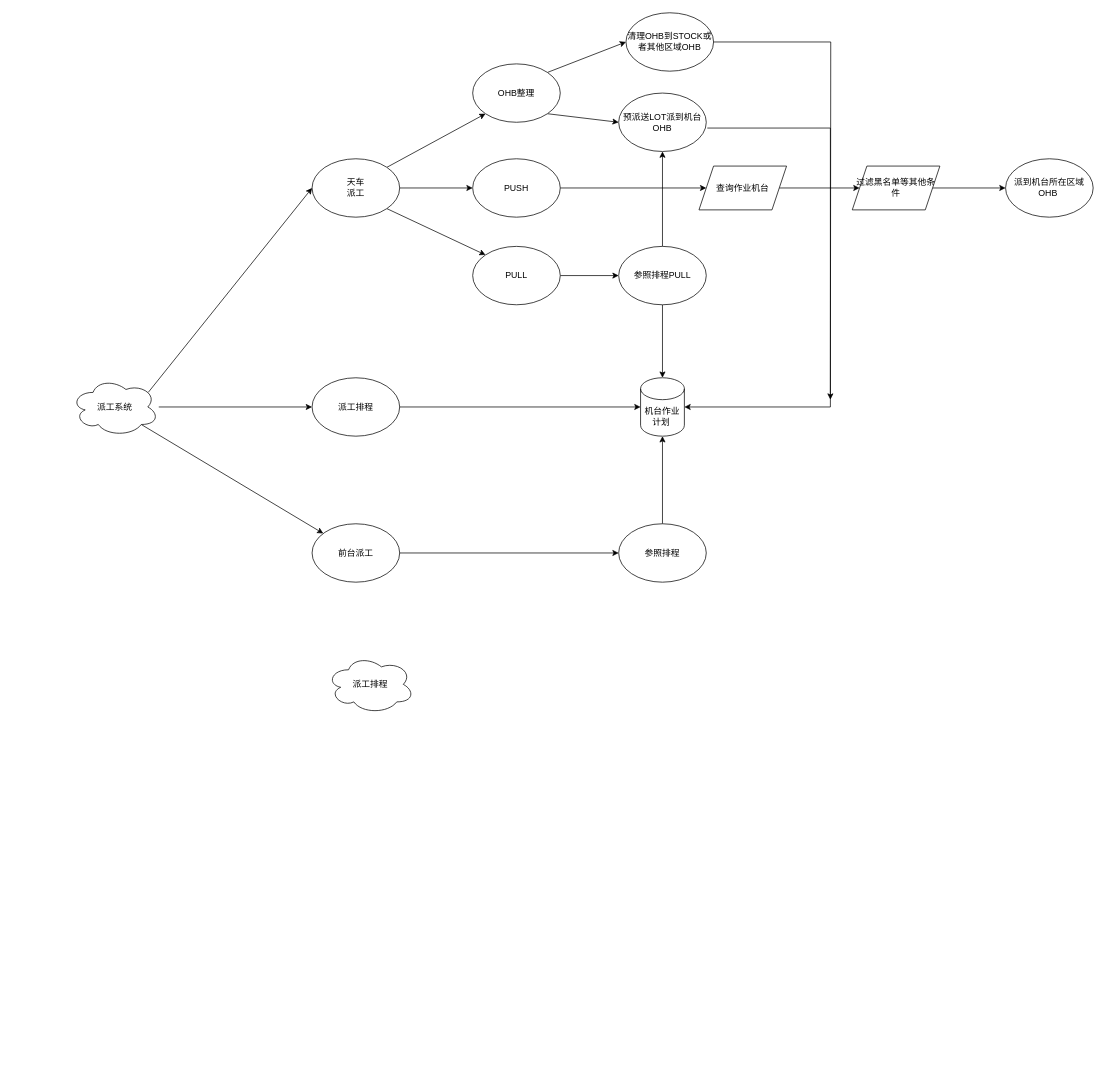
Above: 派工.drawio in qingchunji/drawio (draw.io), before the change. Source tidied: cells renumbered, new cells numbered last; positions are measured from the earlier drawing's top-left corner, leaving out a move shared by most shapes. Both pictures are drawn from the tidied source at 73%, with x=0, y=0 at pixel (71, 12).
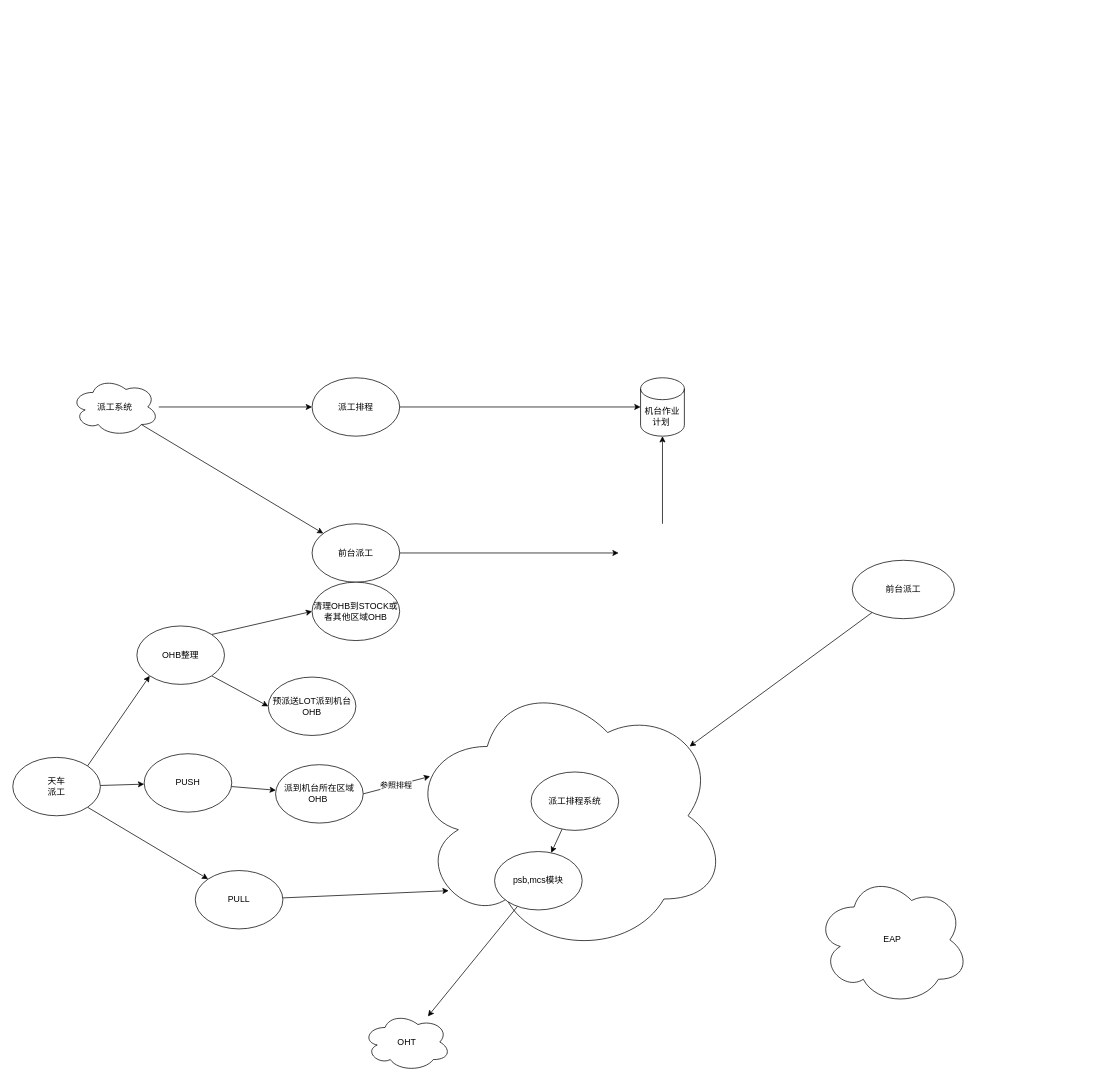
The same page after the edit.

Unchanged cells that the change refers to:
```xml
<mxCell id="12" value="机台作业计划&amp;nbsp;" style="shape=cylinder3;whiteSpace=wrap;html=1;boundedLbl=1;backgroundOutline=1;size=15;" parent="1" vertex="1">
  <mxGeometry x="780" y="500" width="60" height="80" as="geometry" />
</mxCell>
<mxCell id="14" value="前台派工" style="ellipse;whiteSpace=wrap;html=1;" parent="1" vertex="1">
  <mxGeometry x="330" y="700" width="120" height="80" as="geometry" />
</mxCell>
<mxCell id="35" value="派工系统" style="ellipse;shape=cloud;whiteSpace=wrap;html=1;" parent="1" vertex="1">
  <mxGeometry y="500" width="120" height="80" as="geometry" />
</mxCell>
```

Diff of the diagram source:
```diff
@@
     <mxCell id="5" value="天车&lt;br&gt;派工" style="ellipse;whiteSpace=wrap;html=1;" parent="1" vertex="1">
-      <mxGeometry x="330" y="200" width="120" height="80" as="geometry" />
+      <mxGeometry x="-80" y="1020" width="120" height="80" as="geometry" />
     </mxCell>
-    <mxCell id="6" style="edgeStyle=none;rounded=0;jettySize=auto;html=1;" parent="1" edge="1" source="7" target="16">
-      <mxGeometry relative="1" as="geometry" />
-    </mxCell>
+    <mxCell id="37" style="edgeStyle=none;rounded=0;jettySize=auto;html=1;" parent="1" edge="1" source="7" target="19">
+      <mxGeometry relative="1" as="geometry" />
+    </mxCell>
     <mxCell id="7" value="PUSH" style="ellipse;whiteSpace=wrap;html=1;" parent="1" vertex="1">
-      <mxGeometry x="550" y="200" width="120" height="80" as="geometry" />
+      <mxGeometry x="100" y="1015" width="120" height="80" as="geometry" />
     </mxCell>
-    <mxCell id="8" style="edgeStyle=none;rounded=0;jettySize=auto;html=1;" parent="1" edge="1" source="9" target="29">
+    <mxCell id="8" style="edgeStyle=none;rounded=0;jettySize=auto;html=1;entryX=0.13;entryY=0.77;entryDx=0;entryDy=0;entryPerimeter=0;" parent="1" edge="1" source="9" target="36">
       <mxGeometry relative="1" as="geometry" />
     </mxCell>
     <mxCell id="9" value="PULL" style="ellipse;whiteSpace=wrap;html=1;" parent="1" vertex="1">
-      <mxGeometry x="550" y="320" width="120" height="80" as="geometry" />
+      <mxGeometry x="170" y="1175" width="120" height="80" as="geometry" />
     </mxCell>
@@
-    <mxCell id="13" style="edgeStyle=none;rounded=0;jettySize=auto;html=1;" parent="1" edge="1" source="14" target="31">
-      <mxGeometry relative="1" as="geometry" />
+    <mxCell id="13" style="edgeStyle=none;rounded=0;jettySize=auto;html=1;" parent="1" edge="1" source="14">
+      <mxGeometry relative="1" as="geometry">
+        <mxPoint x="750" y="740" as="targetPoint" />
+      </mxGeometry>
     </mxCell>
@@
-    <mxCell id="15" style="edgeStyle=none;rounded=0;jettySize=auto;html=1;" parent="1" edge="1" source="16" target="18">
-      <mxGeometry relative="1" as="geometry" />
-    </mxCell>
-    <mxCell id="16" value="查询作业机台" style="shape=parallelogram;perimeter=parallelogramPerimeter;whiteSpace=wrap;html=1;fixedSize=1;" parent="1" vertex="1">
-      <mxGeometry x="860" y="210" width="120" height="60" as="geometry" />
-    </mxCell>
-    <mxCell id="17" style="edgeStyle=none;rounded=0;jettySize=auto;html=1;exitX=1;exitY=0.5;exitDx=0;exitDy=0;entryX=0;entryY=0.5;entryDx=0;entryDy=0;" parent="1" edge="1" source="18" target="19">
-      <mxGeometry relative="1" as="geometry" />
-    </mxCell>
-    <mxCell id="18" value="过滤黑名单等其他条件" style="shape=parallelogram;perimeter=parallelogramPerimeter;whiteSpace=wrap;html=1;fixedSize=1;" parent="1" vertex="1">
-      <mxGeometry x="1070" y="210" width="120" height="60" as="geometry" />
-    </mxCell>
+    <mxCell id="31" value="参照排程" style="edgeStyle=none;rounded=0;jettySize=auto;html=1;exitX=1;exitY=0.5;exitDx=0;exitDy=0;entryX=0.072;entryY=0.358;entryDx=0;entryDy=0;entryPerimeter=0;" parent="1" edge="1" source="19" target="36">
+      <mxGeometry relative="1" as="geometry" />
+    </mxCell>
     <mxCell id="19" value="派到机台所在区域OHB&amp;nbsp;" style="ellipse;whiteSpace=wrap;html=1;" parent="1" vertex="1">
-      <mxGeometry x="1280" y="200" width="120" height="80" as="geometry" />
+      <mxGeometry x="280" y="1030" width="120" height="80" as="geometry" />
     </mxCell>
@@
     <mxCell id="22" value="OHB整理" style="ellipse;whiteSpace=wrap;html=1;" parent="1" vertex="1">
-      <mxGeometry x="550" y="70" width="120" height="80" as="geometry" />
+      <mxGeometry x="90" y="840" width="120" height="80" as="geometry" />
     </mxCell>
-    <mxCell id="23" style="edgeStyle=orthogonalEdgeStyle;rounded=0;jettySize=auto;html=1;" parent="1" edge="1" source="24">
-      <mxGeometry relative="1" as="geometry">
-        <mxPoint x="1040" y="530" as="targetPoint" />
-      </mxGeometry>
-    </mxCell>
     <mxCell id="24" value="清理OHB到STOCK或者其他区域OHB" style="ellipse;whiteSpace=wrap;html=1;" parent="1" vertex="1">
-      <mxGeometry x="760" width="120" height="80" as="geometry" />
+      <mxGeometry x="330" y="780" width="120" height="80" as="geometry" />
     </mxCell>
-    <mxCell id="25" style="edgeStyle=orthogonalEdgeStyle;rounded=0;jettySize=auto;html=1;entryX=1;entryY=0.5;entryDx=0;entryDy=0;entryPerimeter=0;exitX=1.012;exitY=0.599;exitDx=0;exitDy=0;exitPerimeter=0;" parent="1" edge="1" source="26" target="12">
-      <mxGeometry relative="1" as="geometry">
-        <Array as="points">
-          <mxPoint x="1040" y="158" />
-          <mxPoint x="1040" y="540" />
-        </Array>
-      </mxGeometry>
-    </mxCell>
     <mxCell id="26" value="预派送LOT派到机台OHB" style="ellipse;whiteSpace=wrap;html=1;" parent="1" vertex="1">
-      <mxGeometry x="750" y="110" width="120" height="80" as="geometry" />
+      <mxGeometry x="270" y="910" width="120" height="80" as="geometry" />
     </mxCell>
-    <mxCell id="27" style="edgeStyle=none;rounded=0;jettySize=auto;html=1;exitX=0.5;exitY=1;exitDx=0;exitDy=0;entryX=0.5;entryY=0;entryDx=0;entryDy=0;entryPerimeter=0;" parent="1" edge="1" source="29" target="12">
-      <mxGeometry relative="1" as="geometry" />
-    </mxCell>
-    <mxCell id="28" style="edgeStyle=none;rounded=0;jettySize=auto;html=1;entryX=0.5;entryY=1;entryDx=0;entryDy=0;" parent="1" edge="1" source="29" target="26">
-      <mxGeometry relative="1" as="geometry" />
-    </mxCell>
-    <mxCell id="29" value="参照排程PULL" style="ellipse;whiteSpace=wrap;html=1;" parent="1" vertex="1">
-      <mxGeometry x="750" y="320" width="120" height="80" as="geometry" />
-    </mxCell>
-    <mxCell id="30" style="edgeStyle=none;rounded=0;jettySize=auto;html=1;entryX=0.5;entryY=1;entryDx=0;entryDy=0;entryPerimeter=0;" parent="1" edge="1" source="31" target="12">
-      <mxGeometry relative="1" as="geometry" />
+    <mxCell id="30" style="edgeStyle=none;rounded=0;jettySize=auto;html=1;entryX=0.5;entryY=1;entryDx=0;entryDy=0;entryPerimeter=0;" parent="1" edge="1" target="12">
+      <mxGeometry relative="1" as="geometry">
+        <mxPoint x="810" y="700" as="sourcePoint" />
+      </mxGeometry>
     </mxCell>
-    <mxCell id="31" value="参照排程" style="ellipse;whiteSpace=wrap;html=1;" parent="1" vertex="1">
-      <mxGeometry x="750" y="700" width="120" height="80" as="geometry" />
-    </mxCell>
-    <mxCell id="32" style="edgeStyle=none;rounded=0;jettySize=auto;html=1;exitX=0.88;exitY=0.25;exitDx=0;exitDy=0;exitPerimeter=0;entryX=0;entryY=0.5;entryDx=0;entryDy=0;" parent="1" edge="1" source="35" target="5">
-      <mxGeometry relative="1" as="geometry" />
-    </mxCell>
@@
-    <mxCell id="36" value="派工排程" style="ellipse;shape=cloud;whiteSpace=wrap;html=1;" parent="1" vertex="1">
-      <mxGeometry x="350" y="880" width="120" height="80" as="geometry" />
+    <mxCell id="36" style="ellipse;shape=cloud;whiteSpace=wrap;html=1;" parent="1" vertex="1">
+      <mxGeometry x="460" y="910" width="440" height="380" as="geometry" />
     </mxCell>
+    <mxCell id="38" style="edgeStyle=none;rounded=0;jettySize=auto;html=1;" parent="1" edge="1" source="39" target="45">
+      <mxGeometry relative="1" as="geometry" />
+    </mxCell>
+    <mxCell id="39" value="派工排程系统" style="ellipse;whiteSpace=wrap;html=1;" parent="1" vertex="1">
+      <mxGeometry x="630" y="1040" width="120" height="80" as="geometry" />
+    </mxCell>
+    <mxCell id="40" style="rounded=0;jettySize=auto;html=1;entryX=0.88;entryY=0.25;entryDx=0;entryDy=0;entryPerimeter=0;" parent="1" edge="1" source="41" target="36">
+      <mxGeometry relative="1" as="geometry" />
+    </mxCell>
+    <mxCell id="41" value="前台派工" style="ellipse;whiteSpace=wrap;html=1;" parent="1" vertex="1">
+      <mxGeometry x="1070" y="750" width="140" height="80" as="geometry" />
+    </mxCell>
+    <mxCell id="42" value="EAP" style="ellipse;shape=cloud;whiteSpace=wrap;html=1;" parent="1" vertex="1">
+      <mxGeometry x="1020" y="1180" width="210" height="180" as="geometry" />
+    </mxCell>
+    <mxCell id="43" value="OHT" style="ellipse;shape=cloud;whiteSpace=wrap;html=1;" parent="1" vertex="1">
+      <mxGeometry x="400" y="1370" width="120" height="80" as="geometry" />
+    </mxCell>
+    <mxCell id="44" style="edgeStyle=none;rounded=0;jettySize=auto;html=1;" parent="1" edge="1" source="45" target="43">
+      <mxGeometry relative="1" as="geometry" />
+    </mxCell>
+    <mxCell id="45" value="psb,mcs模块" style="ellipse;whiteSpace=wrap;html=1;" parent="1" vertex="1">
+      <mxGeometry x="580" y="1149" width="120" height="80" as="geometry" />
+    </mxCell>
```
